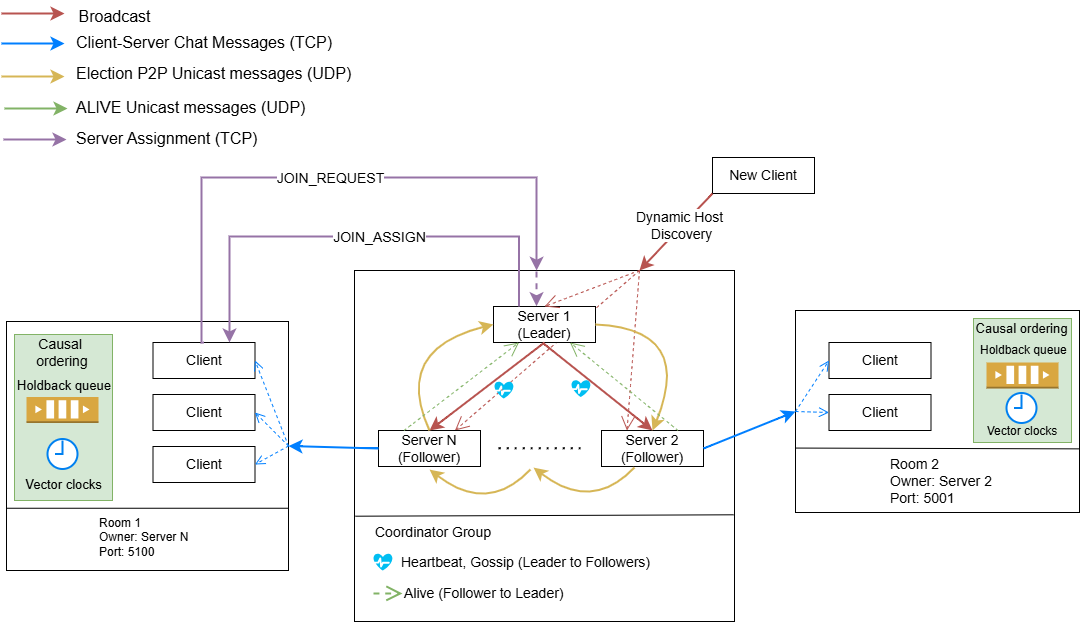
Before: DS_architecture.drawio.png, a diagram exported from draw.io (didmcelik/fault-tolerant-distributed-chat-system). Source tidied: cells renumbered, new cells last; positions are measured from the earlier drawing's top-left corner, leaving out a move shared by most shapes.
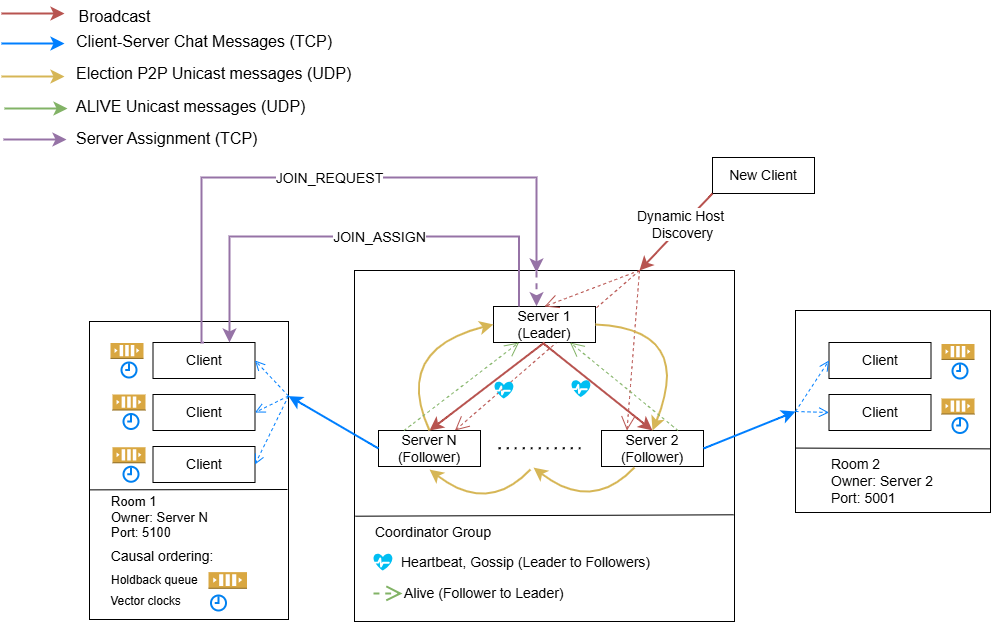
The same file after the commit.

Commit message:
upload architecture diagram, vcs and queues for each client

What changed in the source:
```diff
@@ -9,20 +9,11 @@
       <mxGeometry relative="1" as="geometry" />
     </mxCell>
     <mxCell id="4" style="html=1;dashed=0;whiteSpace=wrap;" parent="1" vertex="1">
-      <mxGeometry x="794" y="310" width="284" height="202" as="geometry" />
+      <mxGeometry x="794" y="310" width="195" height="202" as="geometry" />
     </mxCell>
-    <mxCell id="5" style="rounded=0;whiteSpace=wrap;html=1;fillColor=#d5e8d4;strokeColor=#82b366;" parent="1" vertex="1">
-      <mxGeometry x="972" y="318" width="98" height="124" as="geometry" />
-    </mxCell>
-    <mxCell id="6" value="&lt;font style=&quot;font-size: 13px;&quot;&gt;Causal&amp;nbsp;&lt;span style=&quot;background-color: transparent; color: light-dark(rgb(0, 0, 0), rgb(255, 255, 255));&quot;&gt;ordering&lt;/span&gt;&lt;/font&gt;" style="text;html=1;whiteSpace=wrap;strokeColor=none;fillColor=none;align=center;verticalAlign=middle;rounded=0;" parent="1" vertex="1">
-      <mxGeometry x="972" y="312.5" width="97" height="30" as="geometry" />
-    </mxCell>
     <mxCell id="7" style="html=1;dashed=0;whiteSpace=wrap;" parent="1" vertex="1">
-      <mxGeometry x="5" y="321" width="282" height="249" as="geometry" />
+      <mxGeometry x="88" y="321" width="199" height="298" as="geometry" />
     </mxCell>
-    <mxCell id="8" style="rounded=0;whiteSpace=wrap;html=1;fillColor=#d5e8d4;strokeColor=#82b366;" parent="1" vertex="1">
-      <mxGeometry x="13" y="334" width="98" height="166" as="geometry" />
-    </mxCell>
     <mxCell id="9" style="endArrow=open;endSize=12;dashed=1;html=1;rounded=0;fontSize=12;curved=1;entryX=0.25;entryY=0;entryDx=0;entryDy=0;fillColor=#f8cecc;strokeColor=#b85450;exitX=0.75;exitY=0;exitDx=0;exitDy=0;" parent="1" edge="1" source="2" target="15">
       <mxGeometry relative="1" as="geometry" />
     </mxCell>
@@ -56,8 +47,8 @@
     <mxCell id="18" value="&lt;font style=&quot;font-size: 14px;&quot;&gt;Client&lt;/font&gt;" style="rounded=0;whiteSpace=wrap;html=1;" parent="1" vertex="1">
       <mxGeometry x="827.5" y="394" width="102" height="36" as="geometry" />
     </mxCell>
-    <mxCell id="19" value="Room 1&lt;div&gt;Owner: Server N&lt;/div&gt;&lt;div&gt;Port: 5100&lt;/div&gt;" style="text;html=1;whiteSpace=wrap;strokeColor=none;fillColor=none;align=left;verticalAlign=middle;rounded=0;" parent="1" vertex="1">
-      <mxGeometry x="96" y="522" width="115" height="30" as="geometry" />
+    <mxCell id="19" value="&lt;font style=&quot;font-size: 13px;&quot;&gt;Room 1&lt;/font&gt;&lt;div&gt;&lt;font style=&quot;font-size: 13px;&quot;&gt;Owner: Server N&lt;/font&gt;&lt;/div&gt;&lt;div&gt;&lt;font style=&quot;font-size: 13px;&quot;&gt;Port: 5100&lt;/font&gt;&lt;/div&gt;" style="text;html=1;whiteSpace=wrap;strokeColor=none;fillColor=none;align=left;verticalAlign=middle;rounded=0;" parent="1" vertex="1">
+      <mxGeometry x="107.5" y="502" width="115" height="30" as="geometry" />
     </mxCell>
     <mxCell id="20" style="edgeStyle=orthogonalEdgeStyle;rounded=0;orthogonalLoop=1;jettySize=auto;html=1;exitX=0.5;exitY=1;exitDx=0;exitDy=0;" parent="1" edge="1" source="2" target="2">
       <mxGeometry relative="1" as="geometry" />
@@ -100,7 +91,7 @@
     <mxCell id="30" value="Client-Server Chat Messages (TCP)" style="text;html=1;align=left;verticalAlign=middle;strokeColor=none;fillColor=none;fontSize=16;" parent="1" vertex="1">
       <mxGeometry x="73" y="26" width="274" height="31" as="geometry" />
     </mxCell>
-    <mxCell id="31" style="endArrow=classic;html=1;rounded=0;fontSize=12;startSize=8;endSize=8;curved=1;strokeWidth=2;strokeColor=#007FFF;entryX=1;entryY=0.5;entryDx=0;entryDy=0;" parent="1" edge="1" target="7">
+    <mxCell id="31" style="endArrow=classic;html=1;rounded=0;fontSize=12;startSize=8;endSize=8;curved=1;strokeWidth=2;strokeColor=#007FFF;entryX=1;entryY=0.25;entryDx=0;entryDy=0;" parent="1" edge="1" target="7">
       <mxGeometry relative="1" as="geometry">
         <mxPoint x="377" y="448" as="sourcePoint" />
       </mxGeometry>
@@ -108,13 +99,13 @@
     <mxCell id="32" style="edgeStyle=orthogonalEdgeStyle;rounded=0;orthogonalLoop=1;jettySize=auto;html=1;exitX=0.5;exitY=1;exitDx=0;exitDy=0;" parent="1" edge="1" source="2" target="2">
       <mxGeometry relative="1" as="geometry" />
     </mxCell>
-    <mxCell id="33" style="html=1;verticalAlign=bottom;endArrow=open;dashed=1;endSize=8;curved=0;rounded=0;fontSize=12;exitX=1;exitY=0.5;exitDx=0;exitDy=0;entryX=1;entryY=0.5;entryDx=0;entryDy=0;strokeColor=#007FFF;" parent="1" edge="1" source="7" target="10">
+    <mxCell id="33" style="html=1;verticalAlign=bottom;endArrow=open;dashed=1;endSize=8;curved=0;rounded=0;fontSize=12;exitX=1;exitY=0.25;exitDx=0;exitDy=0;entryX=1;entryY=0.5;entryDx=0;entryDy=0;strokeColor=#007FFF;" parent="1" edge="1" source="7" target="10">
       <mxGeometry relative="1" as="geometry" />
     </mxCell>
-    <mxCell id="34" style="html=1;verticalAlign=bottom;endArrow=open;dashed=1;endSize=8;curved=0;rounded=0;fontSize=12;exitX=1;exitY=0.5;exitDx=0;exitDy=0;entryX=1;entryY=0.5;entryDx=0;entryDy=0;strokeColor=#007FFF;" parent="1" edge="1" source="7" target="11">
+    <mxCell id="34" style="html=1;verticalAlign=bottom;endArrow=open;dashed=1;endSize=8;curved=0;rounded=0;fontSize=12;exitX=1;exitY=0.25;exitDx=0;exitDy=0;entryX=1;entryY=0.5;entryDx=0;entryDy=0;strokeColor=#007FFF;" parent="1" edge="1" source="7" target="11">
       <mxGeometry relative="1" as="geometry" />
     </mxCell>
-    <mxCell id="35" style="html=1;verticalAlign=bottom;endArrow=open;dashed=1;endSize=8;curved=0;rounded=0;fontSize=12;exitX=1;exitY=0.5;exitDx=0;exitDy=0;entryX=1;entryY=0.5;entryDx=0;entryDy=0;strokeColor=#007FFF;" parent="1" edge="1" source="7">
+    <mxCell id="35" style="html=1;verticalAlign=bottom;endArrow=open;dashed=1;endSize=8;curved=0;rounded=0;fontSize=12;exitX=1;exitY=0.25;exitDx=0;exitDy=0;entryX=1;entryY=0.5;entryDx=0;entryDy=0;strokeColor=#007FFF;" parent="1" edge="1" source="7">
       <mxGeometry relative="1" as="geometry">
         <mxPoint x="253.5" y="464" as="targetPoint" />
       </mxGeometry>
@@ -140,8 +131,10 @@
     <mxCell id="42" style="endArrow=open;endSize=12;dashed=1;html=1;rounded=0;fontSize=12;curved=1;entryX=0.5;entryY=0;entryDx=0;entryDy=0;fillColor=#f8cecc;strokeColor=#b85450;exitX=0.75;exitY=0;exitDx=0;exitDy=0;" parent="1" edge="1" source="2" target="13">
       <mxGeometry relative="1" as="geometry" />
     </mxCell>
-    <mxCell id="43" style="endArrow=none;html=1;rounded=0;exitX=0;exitY=0.75;exitDx=0;exitDy=0;entryX=1;entryY=0.75;entryDx=0;entryDy=0;" parent="1" edge="1" source="7" target="7">
-      <mxGeometry relative="1" as="geometry" />
+    <mxCell id="43" style="endArrow=none;html=1;rounded=0;exitX=-0.001;exitY=0.565;exitDx=0;exitDy=0;exitPerimeter=0;" parent="1" edge="1" source="7">
+      <mxGeometry relative="1" as="geometry">
+        <mxPoint x="286" y="489" as="targetPoint" />
+      </mxGeometry>
     </mxCell>
     <mxCell id="44" style="edgeStyle=orthogonalEdgeStyle;rounded=0;orthogonalLoop=1;jettySize=auto;html=1;exitX=0.5;exitY=1;exitDx=0;exitDy=0;" parent="1" edge="1" source="7" target="7">
       <mxGeometry relative="1" as="geometry" />
@@ -152,7 +145,7 @@
       </mxGeometry>
     </mxCell>
     <mxCell id="46" value="&lt;font style=&quot;font-size: 14px;&quot;&gt;Room 2&lt;/font&gt;&lt;div&gt;&lt;font style=&quot;font-size: 14px;&quot;&gt;Owner: Server 2&lt;/font&gt;&lt;/div&gt;&lt;div&gt;&lt;font style=&quot;font-size: 14px;&quot;&gt;Port: 5001&lt;/font&gt;&lt;/div&gt;" style="text;html=1;whiteSpace=wrap;strokeColor=none;fillColor=none;align=left;verticalAlign=middle;rounded=0;" parent="1" vertex="1">
-      <mxGeometry x="887" y="466" width="110" height="30" as="geometry" />
+      <mxGeometry x="827.5" y="466.2" width="110" height="30" as="geometry" />
     </mxCell>
     <mxCell id="47" style="endArrow=classic;html=1;rounded=0;fontSize=12;startSize=8;endSize=8;curved=1;exitX=0.02;exitY=0.5;exitDx=0;exitDy=0;exitPerimeter=0;strokeWidth=2;strokeColor=#d6b656;fillColor=#fff2cc;" parent="1" edge="1">
       <mxGeometry relative="1" as="geometry">
@@ -216,33 +209,6 @@
     <mxCell id="58" value="&lt;font style=&quot;font-size: 14px;&quot;&gt;Alive (Follower to Leader)&lt;/font&gt;" style="text;html=1;whiteSpace=wrap;strokeColor=none;fillColor=none;align=left;verticalAlign=middle;rounded=0;" parent="1" vertex="1">
       <mxGeometry x="401" y="578" width="220" height="30" as="geometry" />
     </mxCell>
-    <mxCell id="59" style="dashed=0;verticalLabelPosition=bottom;verticalAlign=top;align=center;html=1;shape=mxgraph.aws3.queue;fillColor=#D9A741;gradientColor=none;" parent="1" vertex="1">
-      <mxGeometry x="25" y="396.5" width="72" height="26" as="geometry" />
-    </mxCell>
-    <mxCell id="60" style="html=1;verticalLabelPosition=bottom;align=center;labelBackgroundColor=#ffffff;verticalAlign=top;strokeWidth=2;strokeColor=#0080F0;shadow=0;dashed=0;shape=mxgraph.ios7.icons.clock;" parent="1" vertex="1">
-      <mxGeometry x="46" y="438.5" width="30" height="30" as="geometry" />
-    </mxCell>
-    <mxCell id="61" value="&lt;font style=&quot;font-size: 13px;&quot;&gt;Holdback queue&lt;/font&gt;" style="text;html=1;whiteSpace=wrap;strokeColor=none;fillColor=none;align=left;verticalAlign=middle;rounded=0;" parent="1" vertex="1">
-      <mxGeometry x="14" y="369.5" width="97" height="30" as="geometry" />
-    </mxCell>
-    <mxCell id="62" value="&lt;font style=&quot;font-size: 13px;&quot;&gt;Vector clocks&lt;/font&gt;" style="text;html=1;whiteSpace=wrap;strokeColor=none;fillColor=none;align=center;verticalAlign=middle;rounded=0;" parent="1" vertex="1">
-      <mxGeometry x="22" y="468.5" width="81" height="30" as="geometry" />
-    </mxCell>
-    <mxCell id="63" style="dashed=0;verticalLabelPosition=bottom;verticalAlign=top;align=center;html=1;shape=mxgraph.aws3.queue;fillColor=#D9A741;gradientColor=none;" parent="1" vertex="1">
-      <mxGeometry x="985" y="362" width="72" height="26" as="geometry" />
-    </mxCell>
-    <mxCell id="64" style="html=1;verticalLabelPosition=bottom;align=center;labelBackgroundColor=#ffffff;verticalAlign=top;strokeWidth=2;strokeColor=#0080F0;shadow=0;dashed=0;shape=mxgraph.ios7.icons.clock;" parent="1" vertex="1">
-      <mxGeometry x="1005" y="392.5" width="30" height="30" as="geometry" />
-    </mxCell>
-    <mxCell id="65" value="Holdback queue" style="text;html=1;whiteSpace=wrap;strokeColor=none;fillColor=none;align=left;verticalAlign=middle;rounded=0;" parent="1" vertex="1">
-      <mxGeometry x="977" y="335" width="97" height="30" as="geometry" />
-    </mxCell>
-    <mxCell id="66" value="Vector clocks" style="text;html=1;whiteSpace=wrap;strokeColor=none;fillColor=none;align=center;verticalAlign=middle;rounded=0;" parent="1" vertex="1">
-      <mxGeometry x="984" y="416" width="74" height="30" as="geometry" />
-    </mxCell>
-    <mxCell id="67" value="&lt;font style=&quot;font-size: 14px;&quot;&gt;Causal&amp;nbsp;&lt;/font&gt;&lt;div&gt;&lt;font style=&quot;font-size: 14px;&quot;&gt;ordering&lt;/font&gt;&lt;/div&gt;" style="text;html=1;whiteSpace=wrap;strokeColor=none;fillColor=none;align=center;verticalAlign=middle;rounded=0;" parent="1" vertex="1">
-      <mxGeometry x="16" y="336.5" width="90" height="30" as="geometry" />
-    </mxCell>
     <mxCell id="68" style="endArrow=classic;html=1;rounded=0;fontSize=12;startSize=8;endSize=8;curved=1;exitX=0.02;exitY=0.5;exitDx=0;exitDy=0;exitPerimeter=0;strokeWidth=2;strokeColor=#9673a6;fillColor=#e1d5e7;" parent="1" edge="1">
       <mxGeometry relative="1" as="geometry">
         <mxPoint x="2" y="139" as="sourcePoint" />
@@ -290,5 +256,50 @@
         <mxPoint x="535" y="271" as="sourcePoint" />
       </mxGeometry>
     </mxCell>
+    <mxCell id="77" value="&lt;font&gt;Holdback queue&lt;/font&gt;" style="text;html=1;whiteSpace=wrap;strokeColor=none;fillColor=none;align=left;verticalAlign=middle;rounded=0;" parent="1" vertex="1">
+      <mxGeometry x="107.5" y="565" width="97" height="30" as="geometry" />
+    </mxCell>
+    <mxCell id="78" value="&lt;font&gt;Vector clocks&lt;/font&gt;" style="text;html=1;whiteSpace=wrap;strokeColor=none;fillColor=none;align=center;verticalAlign=middle;rounded=0;" parent="1" vertex="1">
+      <mxGeometry x="104" y="586" width="81" height="30" as="geometry" />
+    </mxCell>
+    <mxCell id="79" style="dashed=0;verticalLabelPosition=bottom;verticalAlign=top;align=center;html=1;shape=mxgraph.aws3.queue;fillColor=#D9A741;gradientColor=none;" parent="1" vertex="1">
+      <mxGeometry x="207" y="571.6" width="38.5" height="16.8" as="geometry" />
+    </mxCell>
+    <mxCell id="80" style="html=1;verticalLabelPosition=bottom;align=center;labelBackgroundColor=#ffffff;verticalAlign=top;strokeWidth=2;strokeColor=#0080F0;shadow=0;dashed=0;shape=mxgraph.ios7.icons.clock;" parent="1" vertex="1">
+      <mxGeometry x="209.5" y="595" width="15" height="15" as="geometry" />
+    </mxCell>
+    <mxCell id="81" value="&lt;font style=&quot;font-size: 14px;&quot;&gt;Causal&amp;nbsp;&lt;/font&gt;&lt;span style=&quot;font-size: 14px; background-color: transparent; color: light-dark(rgb(0, 0, 0), rgb(255, 255, 255));&quot;&gt;ordering:&lt;/span&gt;" style="text;html=1;whiteSpace=wrap;strokeColor=none;fillColor=none;align=center;verticalAlign=middle;rounded=0;" parent="1" vertex="1">
+      <mxGeometry x="104" y="548" width="114" height="17" as="geometry" />
+    </mxCell>
+    <mxCell id="82" style="dashed=0;verticalLabelPosition=bottom;verticalAlign=top;align=center;html=1;shape=mxgraph.aws3.queue;fillColor=#D9A741;gradientColor=none;" parent="1" vertex="1">
+      <mxGeometry x="109" y="342.5" width="33" height="16" as="geometry" />
+    </mxCell>
+    <mxCell id="83" style="html=1;verticalLabelPosition=bottom;align=center;labelBackgroundColor=#ffffff;verticalAlign=top;strokeWidth=2;strokeColor=#0080F0;shadow=0;dashed=0;shape=mxgraph.ios7.icons.clock;" parent="1" vertex="1">
+      <mxGeometry x="120" y="362" width="15" height="15" as="geometry" />
+    </mxCell>
+    <mxCell id="84" style="dashed=0;verticalLabelPosition=bottom;verticalAlign=top;align=center;html=1;shape=mxgraph.aws3.queue;fillColor=#D9A741;gradientColor=none;" parent="1" vertex="1">
+      <mxGeometry x="111" y="394" width="33" height="16" as="geometry" />
+    </mxCell>
+    <mxCell id="85" style="html=1;verticalLabelPosition=bottom;align=center;labelBackgroundColor=#ffffff;verticalAlign=top;strokeWidth=2;strokeColor=#0080F0;shadow=0;dashed=0;shape=mxgraph.ios7.icons.clock;" parent="1" vertex="1">
+      <mxGeometry x="122" y="413.5" width="15" height="15" as="geometry" />
+    </mxCell>
+    <mxCell id="86" style="dashed=0;verticalLabelPosition=bottom;verticalAlign=top;align=center;html=1;shape=mxgraph.aws3.queue;fillColor=#D9A741;gradientColor=none;" parent="1" vertex="1">
+      <mxGeometry x="111" y="446.8" width="33" height="16" as="geometry" />
+    </mxCell>
+    <mxCell id="87" style="html=1;verticalLabelPosition=bottom;align=center;labelBackgroundColor=#ffffff;verticalAlign=top;strokeWidth=2;strokeColor=#0080F0;shadow=0;dashed=0;shape=mxgraph.ios7.icons.clock;" parent="1" vertex="1">
+      <mxGeometry x="122" y="466.2" width="15" height="15" as="geometry" />
+    </mxCell>
+    <mxCell id="88" style="dashed=0;verticalLabelPosition=bottom;verticalAlign=top;align=center;html=1;shape=mxgraph.aws3.queue;fillColor=#D9A741;gradientColor=none;" parent="1" vertex="1">
+      <mxGeometry x="940" y="343.5" width="33" height="16" as="geometry" />
+    </mxCell>
+    <mxCell id="89" style="html=1;verticalLabelPosition=bottom;align=center;labelBackgroundColor=#ffffff;verticalAlign=top;strokeWidth=2;strokeColor=#0080F0;shadow=0;dashed=0;shape=mxgraph.ios7.icons.clock;" parent="1" vertex="1">
+      <mxGeometry x="951" y="363" width="15" height="15" as="geometry" />
+    </mxCell>
+    <mxCell id="90" style="dashed=0;verticalLabelPosition=bottom;verticalAlign=top;align=center;html=1;shape=mxgraph.aws3.queue;fillColor=#D9A741;gradientColor=none;" parent="1" vertex="1">
+      <mxGeometry x="940" y="398" width="33" height="16" as="geometry" />
+    </mxCell>
+    <mxCell id="91" style="html=1;verticalLabelPosition=bottom;align=center;labelBackgroundColor=#ffffff;verticalAlign=top;strokeWidth=2;strokeColor=#0080F0;shadow=0;dashed=0;shape=mxgraph.ios7.icons.clock;" parent="1" vertex="1">
+      <mxGeometry x="951" y="417.5" width="15" height="15" as="geometry" />
+    </mxCell>
   </root>
 </mxGraphModel>
```
